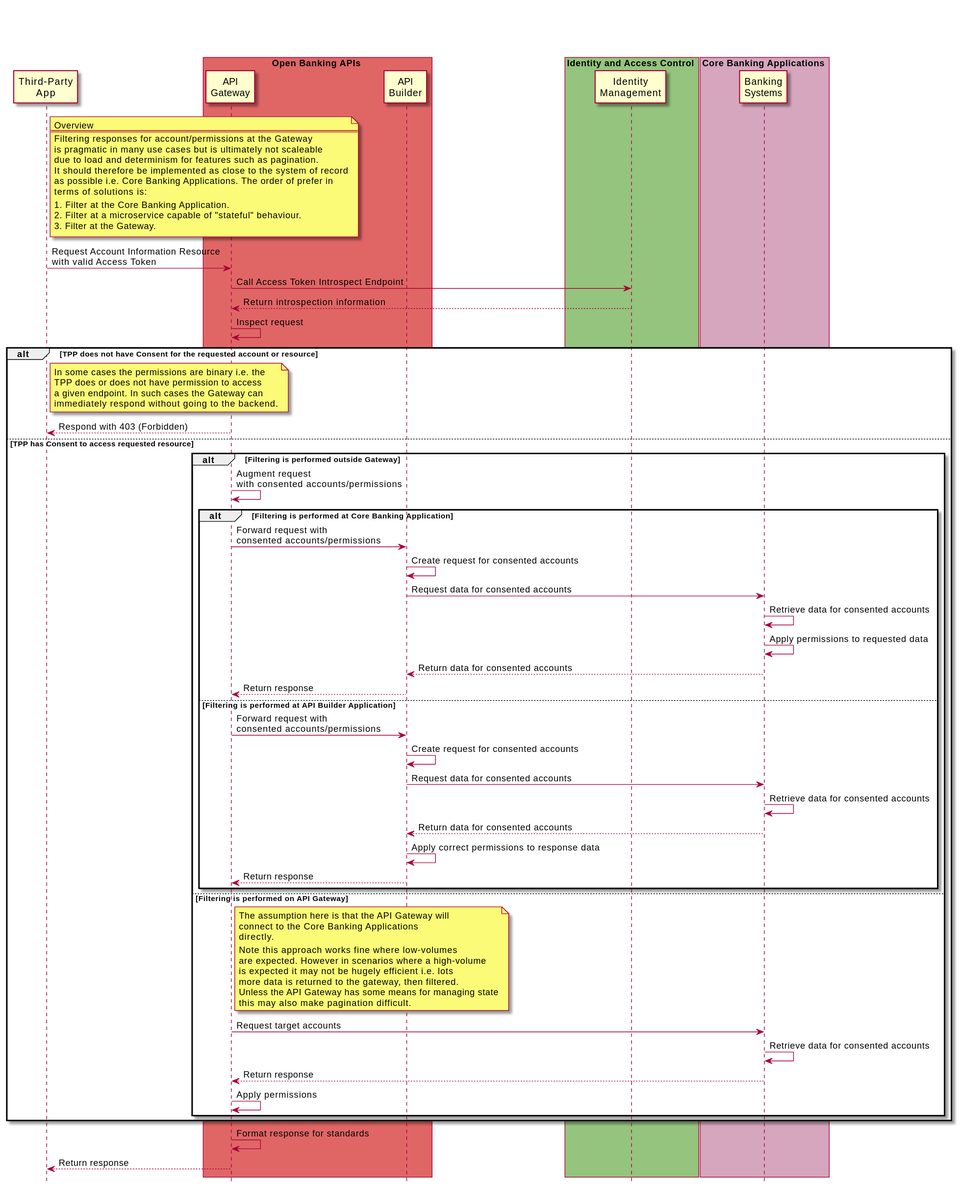
This is static/Images/Applying_Consent_Sequence.svg from Axway/open-banking-docs, a PlantUML export, as it was before one commit.
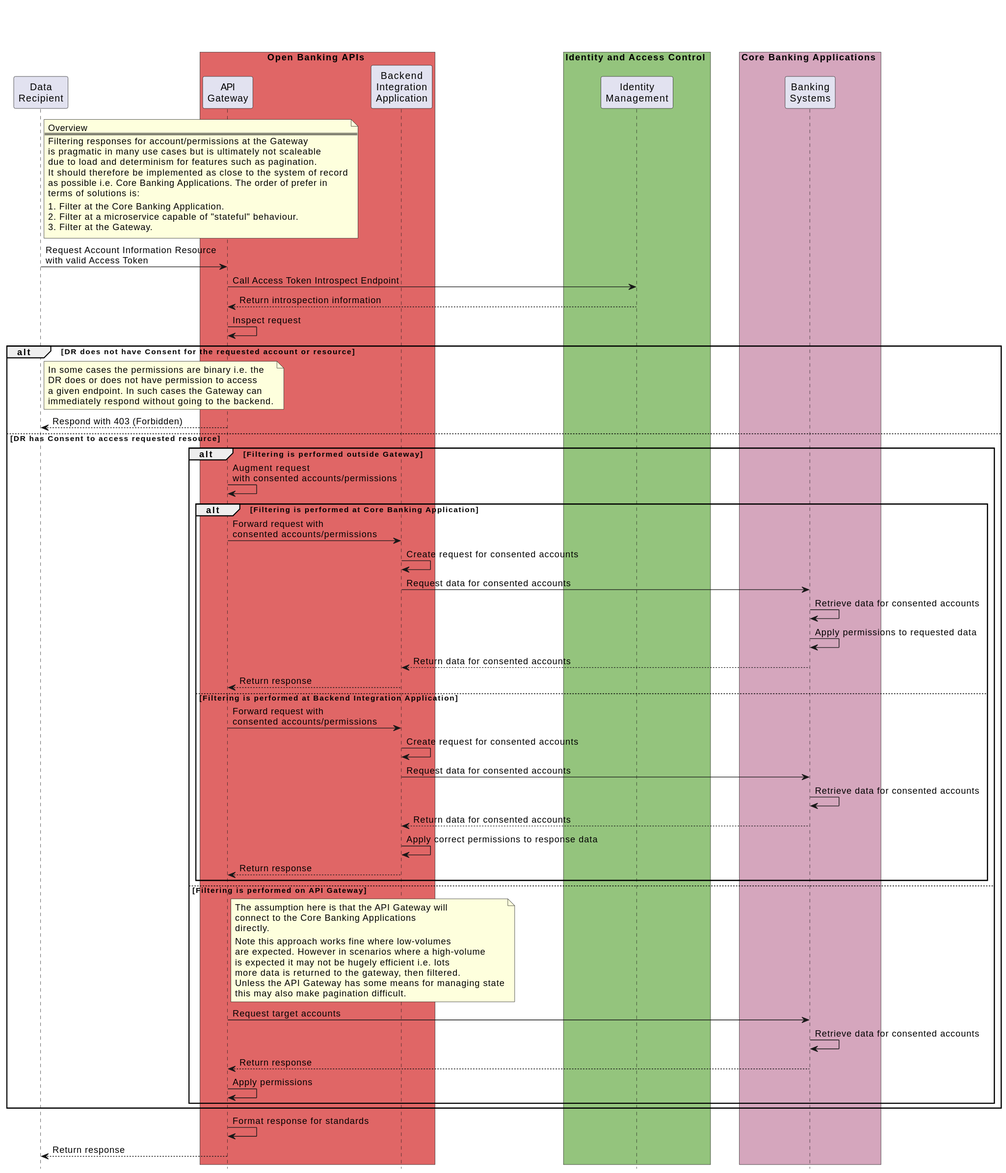
After the change.

What changed in the source:
```diff
@@ -2,11 +2,11 @@
 
 title \n\n
 
-participant "Third-Party\nApp" as TPP
+participant "Data\nRecipient" as DR
 
 box Open Banking APIs #e06666
 participant "API\nGateway" as API_GATEWAY
-participant "API\nBuilder" as API_BUILDER
+participant "Backend\nIntegration\nApplication" as BIA
 end box
 
 box Identity and Access Control #94c47d
@@ -19,8 +19,9 @@
 
 hide footbox
 
+skinparam BoxPadding 20
 
-note right of TPP
+note right of DR
 Overview
 ===
 Filtering responses for account/permissions at the Gateway
@@ -35,47 +36,47 @@
 3. Filter at the Gateway.
 end note
 
-TPP -> API_GATEWAY: Request Account Information Resource\nwith valid Access Token
+DR -> API_GATEWAY: Request Account Information Resource\nwith valid Access Token
 
 API_GATEWAY -> IAM: Call Access Token Introspect Endpoint
 API_GATEWAY <-- IAM: Return introspection information
 API_GATEWAY -> API_GATEWAY: Inspect request
 
-alt TPP does not have Consent for the requested account or resource
+alt DR does not have Consent for the requested account or resource
 
-note right of TPP
+note right of DR
 In some cases the permissions are binary i.e. the
-TPP does or does not have permission to access
+DR does or does not have permission to access
 a given endpoint. In such cases the Gateway can
 immediately respond without going to the backend.
 end note
 
-TPP <-- API_GATEWAY: Respond with 403 (Forbidden)
+DR <-- API_GATEWAY: Respond with 403 (Forbidden)
 
-else TPP has Consent to access requested resource
+else DR has Consent to access requested resource
 
 alt Filtering is performed outside Gateway
 API_GATEWAY -> API_GATEWAY: Augment request\nwith consented accounts/permissions
 
 alt Filtering is performed at Core Banking Application
 
-API_GATEWAY -> API_BUILDER: Forward request with\nconsented accounts/permissions
-API_BUILDER -> API_BUILDER: Create request for consented accounts
-API_BUILDER -> ASPSP_API: Request data for consented accounts
+API_GATEWAY -> BIA: Forward request with\nconsented accounts/permissions
+BIA -> BIA: Create request for consented accounts
+BIA -> ASPSP_API: Request data for consented accounts
 ASPSP_API -> ASPSP_API: Retrieve data for consented accounts
 ASPSP_API -> ASPSP_API: Apply permissions to requested data
-API_BUILDER <-- ASPSP_API: Return data for consented accounts
-API_GATEWAY <-- API_BUILDER: Return response
+BIA <-- ASPSP_API: Return data for consented accounts
+API_GATEWAY <-- BIA: Return response
 
-else Filtering is performed at API Builder Application
+else Filtering is performed at Backend Integration Application
 
-API_GATEWAY -> API_BUILDER: Forward request with\nconsented accounts/permissions
-API_BUILDER -> API_BUILDER: Create request for consented accounts
-API_BUILDER -> ASPSP_API: Request data for consented accounts
+API_GATEWAY -> BIA: Forward request with\nconsented accounts/permissions
+BIA -> BIA: Create request for consented accounts
+BIA -> ASPSP_API: Request data for consented accounts
 ASPSP_API -> ASPSP_API: Retrieve data for consented accounts
-API_BUILDER <-- ASPSP_API: Return data for consented accounts
-API_BUILDER -> API_BUILDER: Apply correct permissions to response data
-API_GATEWAY <-- API_BUILDER: Return response
+BIA <-- ASPSP_API: Return data for consented accounts
+BIA -> BIA: Apply correct permissions to response data
+API_GATEWAY <-- BIA: Return response
 
 end alt
 
@@ -103,6 +104,6 @@
 end alt
 
 API_GATEWAY -> API_GATEWAY: Format response for standards
-TPP <-- API_GATEWAY: Return response
+DR <-- API_GATEWAY: Return response
 
 @enduml
```
